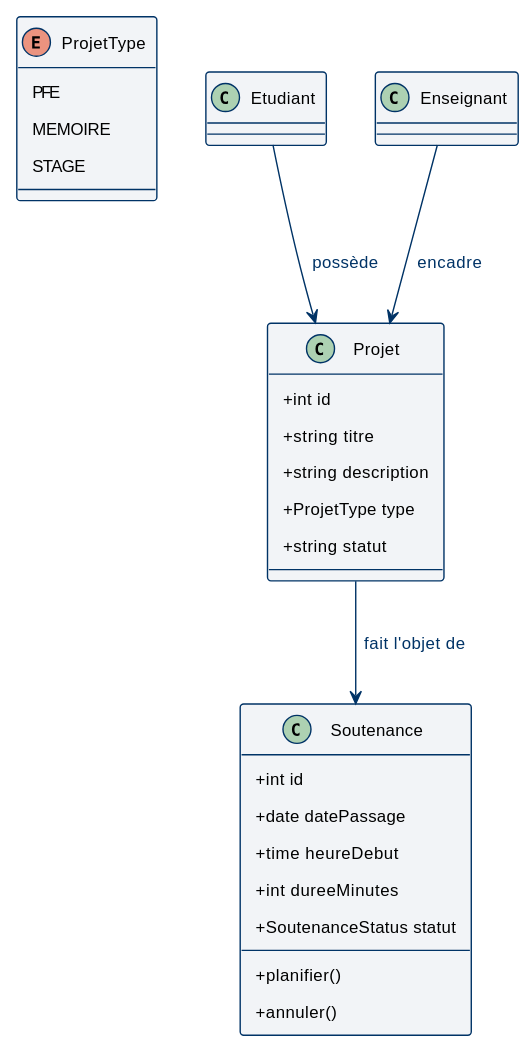
Earlier version of the PlantUML export docs/diagrams/svg/class_projects.svg (abdelaziz-ebourki/system-gestion-soutenance). The source it was exported from:
```plantuml
@startuml
!include style.puml

enum ProjetType {
    PFE
    MEMOIRE
    STAGE
}

class Projet {
    + int id
    + string titre
    + string description
    + ProjetType type
    + string statut
}

class Etudiant {

}

class Enseignant {

}

class Soutenance {
    + int id
    + date datePassage
    + time heureDebut
    + int dureeMinutes
    + SoutenanceStatus statut
    + planifier()
    + annuler()
}

Etudiant --> Projet : possède
Enseignant --> Projet : encadre
Projet --> Soutenance : fait l'objet de
@enduml
```
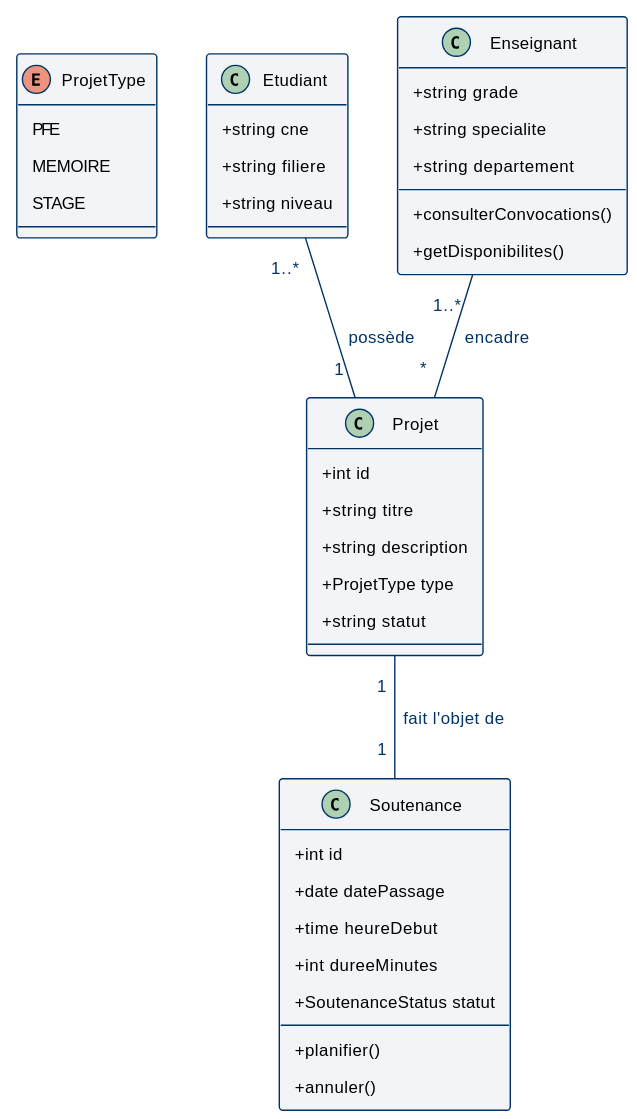
The same diagram one commit later.

Diff of the diagram source:
```diff
@@ -16,11 +16,17 @@
 }
 
 class Etudiant {
-
+    + string cne
+    + string filiere
+    + string niveau
 }
 
 class Enseignant {
-
+    + string grade
+    + string specialite
+    + string departement
+    + consulterConvocations()
+    + getDisponibilites()
 }
 
 class Soutenance {
@@ -33,7 +39,7 @@
     + annuler()
 }
 
-Etudiant --> Projet : possède
-Enseignant --> Projet : encadre
-Projet --> Soutenance : fait l'objet de
+Etudiant "1..*" -- "1" Projet : possède
+Enseignant "1..*" -- "*" Projet : encadre
+Projet "1" -- "1" Soutenance : fait l'objet de
 @enduml
```
